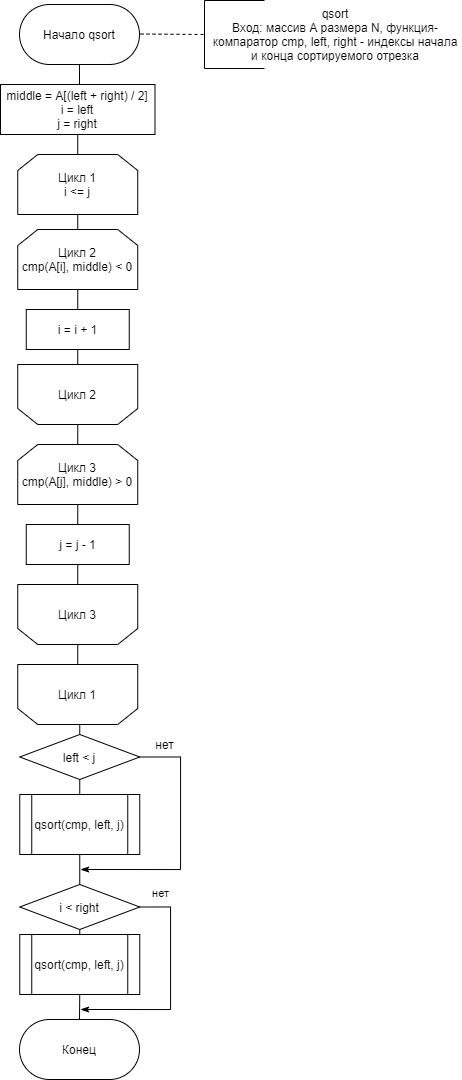
This is AA/lab_03/docs/imgs/qsort.png from Yokud/5_sem_SE, a draw.io export, as it was before one commit. Source tidied: cells renumbered, new cells last; positions are measured from the earlier drawing's top-left corner, leaving out a move shared by most shapes. Its diagram source:
```xml
<mxGraphModel>
  <root>
    <mxCell id="0" />
    <mxCell id="1" parent="0" />
    <mxCell id="2" value="Начало qsort" style="rounded=1;whiteSpace=wrap;html=1;arcSize=50;" parent="1" vertex="1">
      <mxGeometry x="19" width="120" height="60" as="geometry" />
    </mxCell>
    <mxCell id="3" value="qsort&lt;br&gt;Вход: массив A размера N, функция-компаратор cmp, left, right - индексы начала и конца сортируемого отрезка" style="text;html=1;strokeColor=none;fillColor=none;align=center;verticalAlign=middle;whiteSpace=wrap;rounded=0;" parent="1" vertex="1">
      <mxGeometry x="210" y="10" width="250.5" height="40" as="geometry" />
    </mxCell>
    <mxCell id="4" value="Конец" style="rounded=1;whiteSpace=wrap;html=1;arcSize=50;" parent="1" vertex="1">
      <mxGeometry x="19" y="1015" width="120" height="60" as="geometry" />
    </mxCell>
    <mxCell id="5" style="endArrow=none;html=1;entryX=0.5;entryY=1;entryDx=0;entryDy=0;exitX=0.5;exitY=0;exitDx=0;exitDy=0;" parent="1" edge="1" target="2">
      <mxGeometry relative="1" as="geometry">
        <mxPoint x="79" y="80" as="sourcePoint" />
      </mxGeometry>
    </mxCell>
    <mxCell id="6" style="shape=partialRectangle;whiteSpace=wrap;html=1;bottom=1;right=1;left=1;top=0;fillColor=none;routingCenterX=-0.5;rotation=90;" parent="1" vertex="1">
      <mxGeometry x="200" width="68" height="60" as="geometry" />
    </mxCell>
    <mxCell id="7" style="endArrow=none;dashed=1;html=1;entryX=0.5;entryY=1;entryDx=0;entryDy=0;" parent="1" edge="1" target="6">
      <mxGeometry relative="1" as="geometry">
        <mxPoint x="140" y="29.5" as="sourcePoint" />
      </mxGeometry>
    </mxCell>
    <mxCell id="8" value="middle = A[(left + right) / 2]&lt;br&gt;i = left&lt;br&gt;j = right" style="rounded=0;whiteSpace=wrap;html=1;" parent="1" vertex="1">
      <mxGeometry y="80" width="154.5" height="50" as="geometry" />
    </mxCell>
    <mxCell id="9" style="endArrow=none;html=1;entryX=0.5;entryY=1;entryDx=0;entryDy=0;exitX=0.5;exitY=0;exitDx=0;exitDy=0;" parent="1" edge="1" target="8">
      <mxGeometry relative="1" as="geometry">
        <mxPoint x="77.2" y="150" as="sourcePoint" />
      </mxGeometry>
    </mxCell>
    <mxCell id="10" style="endArrow=none;html=1;entryX=0.5;entryY=1;entryDx=0;entryDy=0;exitX=0.5;exitY=0;exitDx=0;exitDy=0;" parent="1" edge="1" source="29" target="28">
      <mxGeometry relative="1" as="geometry" />
    </mxCell>
    <mxCell id="11" value="i = i + 1" style="rounded=0;whiteSpace=wrap;html=1;" parent="1" vertex="1">
      <mxGeometry x="25.8" y="305" width="103" height="40" as="geometry" />
    </mxCell>
    <mxCell id="12" style="endArrow=none;html=1;entryX=0.5;entryY=1;entryDx=0;entryDy=0;exitX=0.5;exitY=0;exitDx=0;exitDy=0;" parent="1" edge="1" source="11" target="29">
      <mxGeometry relative="1" as="geometry" />
    </mxCell>
    <mxCell id="13" style="endArrow=none;html=1;entryX=0.5;entryY=1;entryDx=0;entryDy=0;exitX=0.5;exitY=0;exitDx=0;exitDy=0;" parent="1" edge="1" source="31" target="11">
      <mxGeometry relative="1" as="geometry" />
    </mxCell>
    <mxCell id="14" style="edgeStyle=orthogonalEdgeStyle;rounded=0;jettySize=auto;html=1;exitX=0.5;exitY=1;exitDx=0;exitDy=0;entryX=0.5;entryY=0;entryDx=0;entryDy=0;endArrow=none;endFill=0;" parent="1" edge="1" source="15" target="35">
      <mxGeometry relative="1" as="geometry" />
    </mxCell>
    <mxCell id="15" value="j = j - 1" style="rounded=0;whiteSpace=wrap;html=1;" parent="1" vertex="1">
      <mxGeometry x="25.8" y="520" width="103" height="40" as="geometry" />
    </mxCell>
    <mxCell id="16" style="edgeStyle=orthogonalEdgeStyle;rounded=0;jettySize=auto;html=1;exitX=1;exitY=0.5;exitDx=0;exitDy=0;endArrow=classicThin;endFill=1;" parent="1" edge="1" source="17">
      <mxGeometry relative="1" as="geometry">
        <mxPoint x="80" y="865" as="targetPoint" />
        <Array as="points">
          <mxPoint x="180" y="753" />
          <mxPoint x="180" y="865" />
        </Array>
      </mxGeometry>
    </mxCell>
    <mxCell id="17" value="left &amp;lt; j" style="rhombus;whiteSpace=wrap;html=1;" parent="1" vertex="1">
      <mxGeometry x="19.2" y="730" width="120" height="45" as="geometry" />
    </mxCell>
    <mxCell id="18" value="нет" style="edgeStyle=orthogonalEdgeStyle;rounded=0;jettySize=auto;html=1;exitX=1;exitY=0.5;exitDx=0;exitDy=0;endArrow=classicThin;endFill=1;" parent="1" edge="1" source="19">
      <mxGeometry x="-0.81" y="13" relative="1" as="geometry">
        <mxPoint x="80" y="1005" as="targetPoint" />
        <Array as="points">
          <mxPoint x="170" y="903" />
          <mxPoint x="170" y="1005" />
        </Array>
      </mxGeometry>
    </mxCell>
    <mxCell id="19" value="i &amp;lt; right" style="rhombus;whiteSpace=wrap;html=1;" parent="1" vertex="1">
      <mxGeometry x="19.2" y="880" width="120" height="45" as="geometry" />
    </mxCell>
    <mxCell id="20" value="&lt;span&gt;qsort(cmp, left, j)&lt;/span&gt;" style="shape=process;whiteSpace=wrap;html=1;backgroundOutline=1;" parent="1" vertex="1">
      <mxGeometry x="19.2" y="790" width="120" height="60" as="geometry" />
    </mxCell>
    <mxCell id="21" value="&lt;span&gt;qsort(cmp, left, j)&lt;/span&gt;" style="shape=process;whiteSpace=wrap;html=1;backgroundOutline=1;" parent="1" vertex="1">
      <mxGeometry x="19.2" y="930" width="120" height="60" as="geometry" />
    </mxCell>
    <mxCell id="22" style="endArrow=none;html=1;entryX=0.5;entryY=1;entryDx=0;entryDy=0;exitX=0.5;exitY=0;exitDx=0;exitDy=0;" parent="1" edge="1" source="20" target="17">
      <mxGeometry relative="1" as="geometry" />
    </mxCell>
    <mxCell id="23" style="endArrow=none;html=1;entryX=0.5;entryY=1;entryDx=0;entryDy=0;" parent="1" edge="1" source="19" target="20">
      <mxGeometry relative="1" as="geometry" />
    </mxCell>
    <mxCell id="24" style="endArrow=none;html=1;exitX=0.5;exitY=0;exitDx=0;exitDy=0;entryX=0.5;entryY=1;entryDx=0;entryDy=0;" parent="1" edge="1" source="21" target="19">
      <mxGeometry relative="1" as="geometry" />
    </mxCell>
    <mxCell id="25" style="endArrow=none;html=1;exitX=0.5;exitY=0;exitDx=0;exitDy=0;entryX=0.5;entryY=1;entryDx=0;entryDy=0;" parent="1" edge="1" source="4" target="21">
      <mxGeometry relative="1" as="geometry" />
    </mxCell>
    <mxCell id="26" style="endArrow=none;html=1;entryX=0.5;entryY=1;entryDx=0;entryDy=0;" parent="1" edge="1" source="17">
      <mxGeometry relative="1" as="geometry">
        <mxPoint x="79.2" y="720" as="targetPoint" />
      </mxGeometry>
    </mxCell>
    <mxCell id="27" value="нет" style="text;html=1;align=center;verticalAlign=middle;strokeColor=none;fillColor=none;" parent="1" vertex="1">
      <mxGeometry x="149.2" y="730" width="30" height="20" as="geometry" />
    </mxCell>
    <mxCell id="28" value="Цикл 1&lt;br&gt;i &amp;lt;= j" style="shape=loopLimit;whiteSpace=wrap;html=1;" parent="1" vertex="1">
      <mxGeometry x="17.2" y="150" width="120" height="60" as="geometry" />
    </mxCell>
    <mxCell id="29" value="Цикл 2&lt;br&gt;cmp(A[i], middle) &amp;lt; 0" style="shape=loopLimit;whiteSpace=wrap;html=1;" parent="1" vertex="1">
      <mxGeometry x="17.2" y="225" width="120" height="60" as="geometry" />
    </mxCell>
    <mxCell id="30" style="edgeStyle=orthogonalEdgeStyle;rounded=0;jettySize=auto;html=1;exitX=0.5;exitY=1;exitDx=0;exitDy=0;entryX=0.5;entryY=0;entryDx=0;entryDy=0;endArrow=none;endFill=0;" parent="1" edge="1" source="31" target="33">
      <mxGeometry relative="1" as="geometry" />
    </mxCell>
    <mxCell id="31" value="Цикл 2" style="shape=loopLimit;whiteSpace=wrap;html=1;flipV=1;" parent="1" vertex="1">
      <mxGeometry x="17.2" y="360" width="120" height="60" as="geometry" />
    </mxCell>
    <mxCell id="32" style="edgeStyle=orthogonalEdgeStyle;rounded=0;jettySize=auto;html=1;exitX=0.5;exitY=1;exitDx=0;exitDy=0;entryX=0.5;entryY=0;entryDx=0;entryDy=0;endArrow=none;endFill=0;" parent="1" edge="1" source="33" target="15">
      <mxGeometry relative="1" as="geometry" />
    </mxCell>
    <mxCell id="33" value="Цикл 3&lt;br&gt;cmp(A[j], middle) &amp;gt; 0" style="shape=loopLimit;whiteSpace=wrap;html=1;" parent="1" vertex="1">
      <mxGeometry x="17.2" y="440" width="120" height="60" as="geometry" />
    </mxCell>
    <mxCell id="34" style="edgeStyle=orthogonalEdgeStyle;rounded=0;jettySize=auto;html=1;exitX=0.5;exitY=1;exitDx=0;exitDy=0;entryX=0.5;entryY=0;entryDx=0;entryDy=0;endArrow=none;endFill=0;" parent="1" edge="1" source="35" target="36">
      <mxGeometry relative="1" as="geometry" />
    </mxCell>
    <mxCell id="35" value="Цикл 3" style="shape=loopLimit;whiteSpace=wrap;html=1;flipV=1;" parent="1" vertex="1">
      <mxGeometry x="17.2" y="580" width="120" height="60" as="geometry" />
    </mxCell>
    <mxCell id="36" value="Цикл 1" style="shape=loopLimit;whiteSpace=wrap;html=1;flipV=1;" parent="1" vertex="1">
      <mxGeometry x="17.2" y="660" width="120" height="60" as="geometry" />
    </mxCell>
  </root>
</mxGraphModel>
```
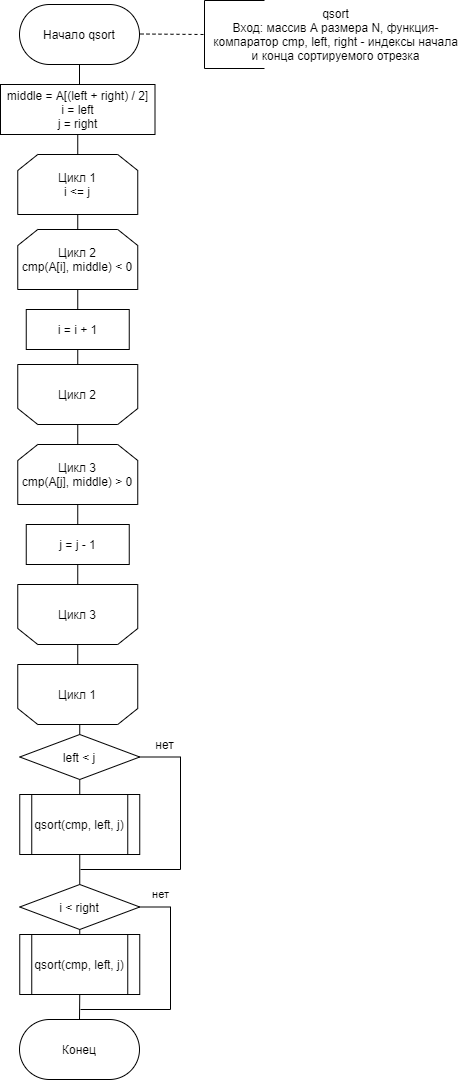
Above is the later version.

Diff of the diagram source:
```diff
@@ -50,7 +50,7 @@
     <mxCell id="15" value="j = j - 1" style="rounded=0;whiteSpace=wrap;html=1;" parent="1" vertex="1">
       <mxGeometry x="25.8" y="520" width="103" height="40" as="geometry" />
     </mxCell>
-    <mxCell id="16" style="edgeStyle=orthogonalEdgeStyle;rounded=0;jettySize=auto;html=1;exitX=1;exitY=0.5;exitDx=0;exitDy=0;endArrow=classicThin;endFill=1;" parent="1" edge="1" source="17">
+    <mxCell id="16" style="edgeStyle=orthogonalEdgeStyle;rounded=0;jettySize=auto;html=1;exitX=1;exitY=0.5;exitDx=0;exitDy=0;endArrow=none;endFill=0;" parent="1" edge="1" source="17">
       <mxGeometry relative="1" as="geometry">
         <mxPoint x="80" y="865" as="targetPoint" />
         <Array as="points">
@@ -62,7 +62,7 @@
     <mxCell id="17" value="left &amp;lt; j" style="rhombus;whiteSpace=wrap;html=1;" parent="1" vertex="1">
       <mxGeometry x="19.2" y="730" width="120" height="45" as="geometry" />
     </mxCell>
-    <mxCell id="18" value="нет" style="edgeStyle=orthogonalEdgeStyle;rounded=0;jettySize=auto;html=1;exitX=1;exitY=0.5;exitDx=0;exitDy=0;endArrow=classicThin;endFill=1;" parent="1" edge="1" source="19">
+    <mxCell id="18" value="нет" style="edgeStyle=orthogonalEdgeStyle;rounded=0;jettySize=auto;html=1;exitX=1;exitY=0.5;exitDx=0;exitDy=0;endArrow=none;endFill=0;" parent="1" edge="1" source="19">
       <mxGeometry x="-0.81" y="13" relative="1" as="geometry">
         <mxPoint x="80" y="1005" as="targetPoint" />
         <Array as="points">
```
